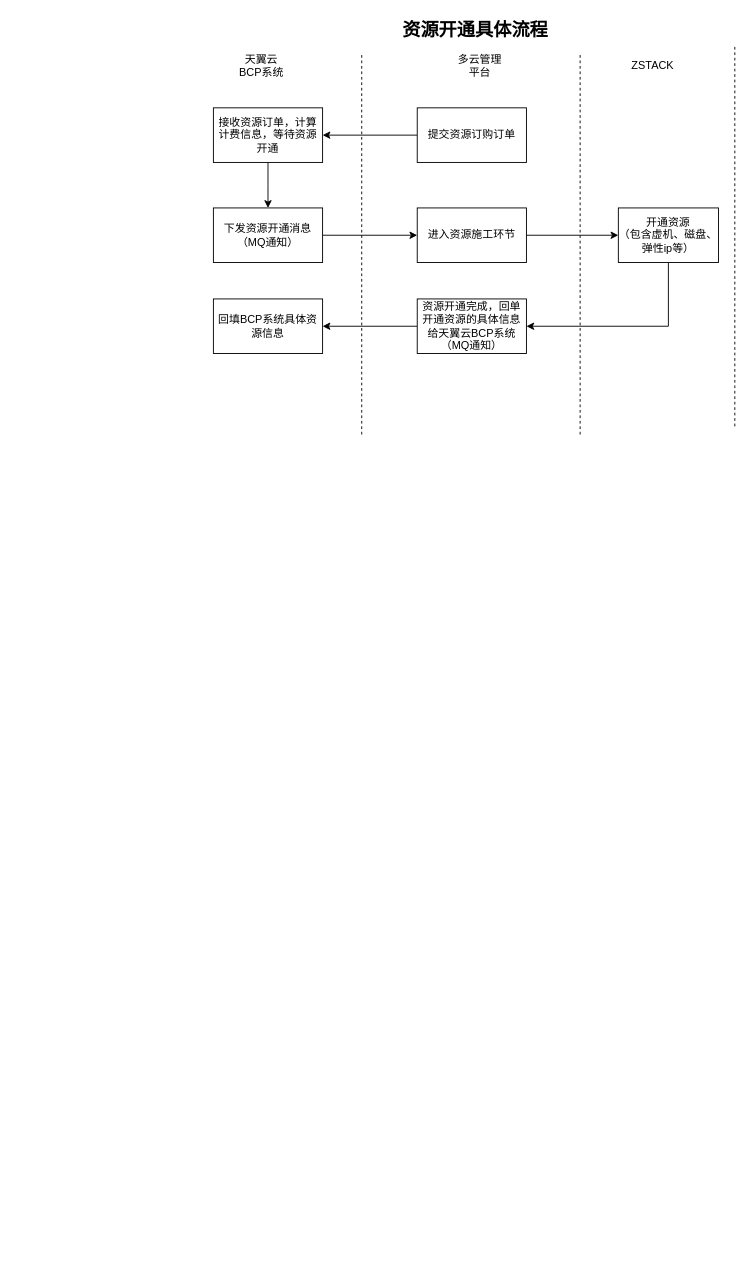
link-yuml/diagrams keeps this draw.io diagram as CTyun.drawio. Above is the earlier version. Source tidied: cells renumbered, new cells numbered last; positions are measured from the earlier drawing's top-left corner, leaving out a move shared by most shapes. Both pictures are drawn from the tidied source at 91%, with x=0, y=0 at pixel (213, 15).
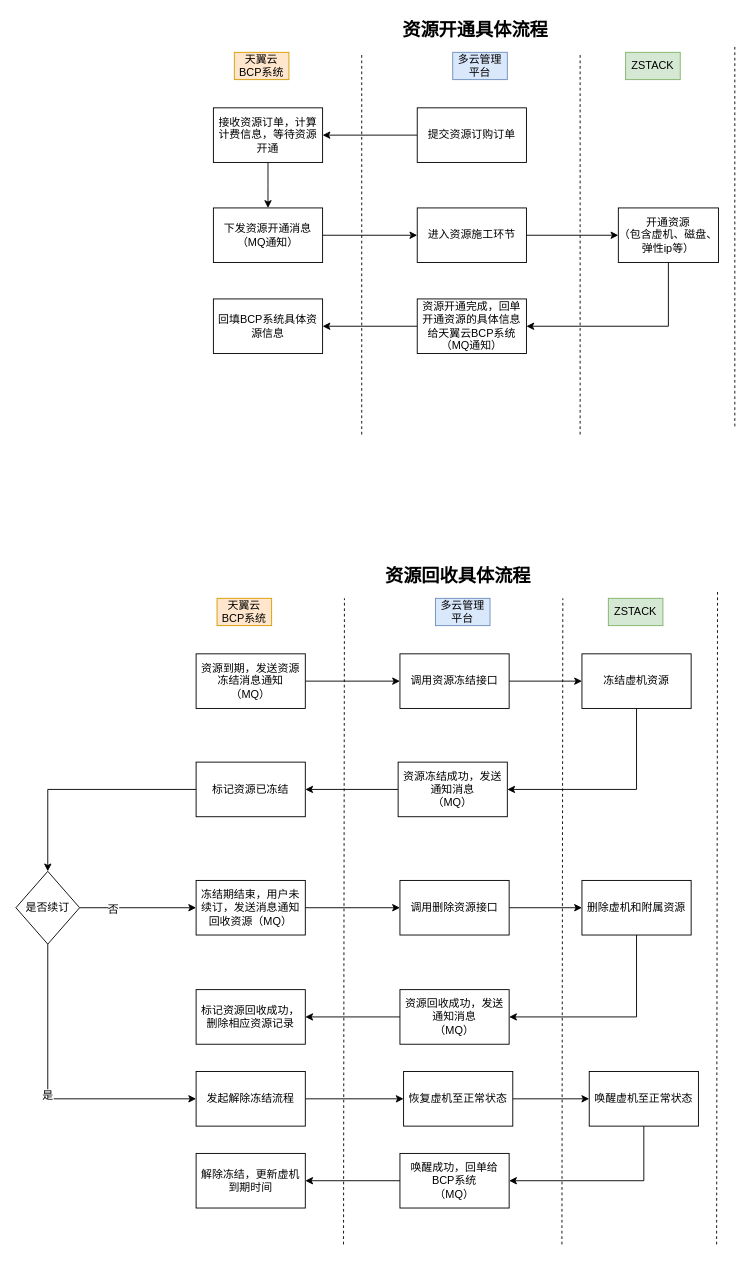
After the change.

Commit message:
提交资源流程

What changed in the source:
```diff
@@
-    <mxCell id="9" value="天翼云BCP系统" style="text;html=1;strokeColor=none;fillColor=none;align=center;verticalAlign=middle;whiteSpace=wrap;rounded=0;" parent="1" vertex="1">
+    <mxCell id="9" value="天翼云BCP系统" style="text;html=1;strokeColor=#d79b00;fillColor=#ffe6cc;align=center;verticalAlign=middle;whiteSpace=wrap;rounded=0;" parent="1" vertex="1">
       <mxGeometry x="23" y="40" width="60" height="30" as="geometry" />
     </mxCell>
-    <mxCell id="10" value="多云管理平台" style="text;html=1;strokeColor=none;fillColor=none;align=center;verticalAlign=middle;whiteSpace=wrap;rounded=0;" parent="1" vertex="1">
+    <mxCell id="10" value="多云管理平台" style="text;html=1;strokeColor=#6c8ebf;fillColor=#dae8fc;align=center;verticalAlign=middle;whiteSpace=wrap;rounded=0;" parent="1" vertex="1">
       <mxGeometry x="263" y="40" width="60" height="30" as="geometry" />
     </mxCell>
-    <mxCell id="11" value="ZSTACK" style="text;html=1;strokeColor=none;fillColor=none;align=center;verticalAlign=middle;whiteSpace=wrap;rounded=0;" parent="1" vertex="1">
+    <mxCell id="11" value="ZSTACK" style="text;html=1;strokeColor=#82b366;fillColor=#d5e8d4;align=center;verticalAlign=middle;whiteSpace=wrap;rounded=0;" parent="1" vertex="1">
       <mxGeometry x="453" y="40" width="60" height="30" as="geometry" />
     </mxCell>
@@
+    <mxCell id="22" style="edgeStyle=orthogonalEdgeStyle;rounded=0;jettySize=auto;html=1;entryX=0;entryY=0.5;entryDx=0;entryDy=0;fontSize=20;" parent="1" edge="1" source="23" target="25">
+      <mxGeometry relative="1" as="geometry" />
+    </mxCell>
+    <mxCell id="23" value="资源到期，发送资源冻结消息通知&lt;br&gt;（MQ）" style="rounded=0;whiteSpace=wrap;html=1;" parent="1" vertex="1">
+      <mxGeometry x="-19" y="701" width="120" height="60" as="geometry" />
+    </mxCell>
+    <mxCell id="24" style="edgeStyle=orthogonalEdgeStyle;rounded=0;jettySize=auto;html=1;fontSize=20;" parent="1" edge="1" source="25" target="34">
+      <mxGeometry relative="1" as="geometry" />
+    </mxCell>
+    <mxCell id="25" value="调用资源冻结接口" style="rounded=0;whiteSpace=wrap;html=1;" parent="1" vertex="1">
+      <mxGeometry x="205" y="701" width="120" height="60" as="geometry" />
+    </mxCell>
+    <mxCell id="26" style="endArrow=none;dashed=1;html=1;rounded=0;" parent="1" edge="1">
+      <mxGeometry relative="1" as="geometry">
+        <mxPoint x="143" y="1350" as="sourcePoint" />
+        <mxPoint x="144" y="640" as="targetPoint" />
+      </mxGeometry>
+    </mxCell>
+    <mxCell id="27" style="endArrow=none;dashed=1;html=1;rounded=0;" parent="1" edge="1">
+      <mxGeometry relative="1" as="geometry">
+        <mxPoint x="383" y="1350" as="sourcePoint" />
+        <mxPoint x="384" y="640" as="targetPoint" />
+      </mxGeometry>
+    </mxCell>
+    <mxCell id="28" style="endArrow=none;dashed=1;html=1;rounded=0;" parent="1" edge="1">
+      <mxGeometry relative="1" as="geometry">
+        <mxPoint x="553" y="1350" as="sourcePoint" />
+        <mxPoint x="554" y="631" as="targetPoint" />
+      </mxGeometry>
+    </mxCell>
+    <mxCell id="29" value="天翼云BCP系统" style="text;html=1;strokeColor=#d79b00;fillColor=#ffe6cc;align=center;verticalAlign=middle;whiteSpace=wrap;rounded=0;" parent="1" vertex="1">
+      <mxGeometry x="4" y="640" width="60" height="30" as="geometry" />
+    </mxCell>
+    <mxCell id="30" value="多云管理平台" style="text;html=1;strokeColor=#6c8ebf;fillColor=#dae8fc;align=center;verticalAlign=middle;whiteSpace=wrap;rounded=0;" parent="1" vertex="1">
+      <mxGeometry x="244" y="640" width="60" height="30" as="geometry" />
+    </mxCell>
+    <mxCell id="31" value="ZSTACK" style="text;html=1;strokeColor=#82b366;fillColor=#d5e8d4;align=center;verticalAlign=middle;whiteSpace=wrap;rounded=0;" parent="1" vertex="1">
+      <mxGeometry x="434" y="640" width="60" height="30" as="geometry" />
+    </mxCell>
+    <mxCell id="32" value="&lt;b&gt;&lt;font style=&quot;font-size: 20px&quot;&gt;资源回收具体流程&lt;/font&gt;&lt;/b&gt;" style="text;html=1;strokeColor=none;fillColor=none;align=center;verticalAlign=middle;whiteSpace=wrap;rounded=0;" parent="1" vertex="1">
+      <mxGeometry x="174" y="600" width="190" height="30" as="geometry" />
+    </mxCell>
+    <mxCell id="33" style="edgeStyle=orthogonalEdgeStyle;rounded=0;jettySize=auto;html=1;exitX=0.5;exitY=1;exitDx=0;exitDy=0;entryX=1;entryY=0.5;entryDx=0;entryDy=0;fontSize=20;" parent="1" edge="1" source="34" target="36">
+      <mxGeometry relative="1" as="geometry" />
+    </mxCell>
+    <mxCell id="34" value="冻结虚机资源" style="whiteSpace=wrap;html=1;rounded=0;" parent="1" vertex="1">
+      <mxGeometry x="405" y="701" width="120" height="60" as="geometry" />
+    </mxCell>
+    <mxCell id="35" style="edgeStyle=orthogonalEdgeStyle;rounded=0;jettySize=auto;html=1;fontSize=12;" parent="1" edge="1" source="36" target="38">
+      <mxGeometry relative="1" as="geometry" />
+    </mxCell>
+    <mxCell id="36" value="资源冻结成功，发送通知消息&lt;br&gt;（MQ）" style="rounded=0;whiteSpace=wrap;html=1;fontSize=12;" parent="1" vertex="1">
+      <mxGeometry x="203" y="820" width="120" height="60" as="geometry" />
+    </mxCell>
+    <mxCell id="37" style="edgeStyle=orthogonalEdgeStyle;rounded=0;jettySize=auto;html=1;entryX=0.5;entryY=0;entryDx=0;entryDy=0;fontSize=12;" parent="1" edge="1" source="38" target="51">
+      <mxGeometry relative="1" as="geometry" />
+    </mxCell>
+    <mxCell id="38" value="标记资源已冻结" style="whiteSpace=wrap;html=1;rounded=0;" parent="1" vertex="1">
+      <mxGeometry x="-19" y="820" width="120" height="60" as="geometry" />
+    </mxCell>
+    <mxCell id="39" style="edgeStyle=orthogonalEdgeStyle;rounded=0;jettySize=auto;html=1;fontSize=12;" parent="1" edge="1" source="40" target="42">
+      <mxGeometry relative="1" as="geometry" />
+    </mxCell>
+    <mxCell id="40" value="冻结期结束，用户未续订，发送消息通知回收资源（MQ）" style="rounded=0;whiteSpace=wrap;html=1;fontSize=12;" parent="1" vertex="1">
+      <mxGeometry x="-19" y="950" width="120" height="60" as="geometry" />
+    </mxCell>
+    <mxCell id="41" style="edgeStyle=orthogonalEdgeStyle;rounded=0;jettySize=auto;html=1;fontSize=12;" parent="1" edge="1" source="42" target="44">
+      <mxGeometry relative="1" as="geometry" />
+    </mxCell>
+    <mxCell id="42" value="调用删除资源接口" style="whiteSpace=wrap;html=1;rounded=0;" parent="1" vertex="1">
+      <mxGeometry x="205" y="950" width="120" height="60" as="geometry" />
+    </mxCell>
+    <mxCell id="43" style="edgeStyle=orthogonalEdgeStyle;rounded=0;jettySize=auto;html=1;exitX=0.5;exitY=1;exitDx=0;exitDy=0;entryX=1;entryY=0.5;entryDx=0;entryDy=0;fontSize=12;" parent="1" edge="1" source="44" target="46">
+      <mxGeometry relative="1" as="geometry" />
+    </mxCell>
+    <mxCell id="44" value="删除虚机和附属资源" style="whiteSpace=wrap;html=1;rounded=0;" parent="1" vertex="1">
+      <mxGeometry x="405" y="950" width="120" height="60" as="geometry" />
+    </mxCell>
+    <mxCell id="45" style="edgeStyle=orthogonalEdgeStyle;rounded=0;jettySize=auto;html=1;fontSize=12;" parent="1" edge="1" source="46" target="47">
+      <mxGeometry relative="1" as="geometry" />
+    </mxCell>
+    <mxCell id="46" value="资源回收成功，发送通知消息&lt;br&gt;（MQ）" style="whiteSpace=wrap;html=1;rounded=0;" parent="1" vertex="1">
+      <mxGeometry x="205" y="1070" width="120" height="60" as="geometry" />
+    </mxCell>
+    <mxCell id="47" value="标记资源回收成功，删除相应资源记录" style="whiteSpace=wrap;html=1;rounded=0;" parent="1" vertex="1">
+      <mxGeometry x="-19" y="1070" width="120" height="60" as="geometry" />
+    </mxCell>
+    <mxCell id="48" style="edgeStyle=orthogonalEdgeStyle;rounded=0;jettySize=auto;html=1;entryX=0;entryY=0.5;entryDx=0;entryDy=0;fontSize=12;" parent="1" edge="1" source="51" target="40">
+      <mxGeometry relative="1" as="geometry" />
+    </mxCell>
+    <mxCell id="49" value="否" style="edgeLabel;html=1;align=center;verticalAlign=middle;fontSize=12;" parent="48" vertex="1">
+      <mxGeometry x="-0.43" y="-1" relative="1" as="geometry" />
+    </mxCell>
+    <mxCell id="50" value="是" style="edgeStyle=orthogonalEdgeStyle;rounded=0;jettySize=auto;html=1;fontSize=12;entryX=0;entryY=0.5;entryDx=0;entryDy=0;" parent="1" edge="1" source="51" target="53">
+      <mxGeometry relative="1" as="geometry">
+        <Array as="points">
+          <mxPoint x="-182" y="1190" />
+        </Array>
+      </mxGeometry>
+    </mxCell>
+    <mxCell id="51" value="是否续订" style="rhombus;whiteSpace=wrap;html=1;fontSize=12;" parent="1" vertex="1">
+      <mxGeometry x="-217" y="940" width="70" height="80" as="geometry" />
+    </mxCell>
+    <mxCell id="52" style="edgeStyle=orthogonalEdgeStyle;rounded=0;jettySize=auto;html=1;entryX=0;entryY=0.5;entryDx=0;entryDy=0;fontSize=12;" parent="1" edge="1" source="53" target="55">
+      <mxGeometry relative="1" as="geometry" />
+    </mxCell>
+    <mxCell id="53" value="发起解除冻结流程" style="rounded=0;whiteSpace=wrap;html=1;fontSize=12;" parent="1" vertex="1">
+      <mxGeometry x="-19" y="1160" width="120" height="60" as="geometry" />
+    </mxCell>
+    <mxCell id="54" style="edgeStyle=orthogonalEdgeStyle;rounded=0;jettySize=auto;html=1;fontSize=12;entryX=0;entryY=0.5;entryDx=0;entryDy=0;" parent="1" edge="1" source="55" target="57">
+      <mxGeometry relative="1" as="geometry" />
+    </mxCell>
+    <mxCell id="55" value="恢复虚机至正常状态" style="rounded=0;whiteSpace=wrap;html=1;fontSize=12;" parent="1" vertex="1">
+      <mxGeometry x="209" y="1160" width="120" height="60" as="geometry" />
+    </mxCell>
+    <mxCell id="56" style="edgeStyle=orthogonalEdgeStyle;rounded=0;jettySize=auto;html=1;exitX=0.5;exitY=1;exitDx=0;exitDy=0;entryX=1;entryY=0.5;entryDx=0;entryDy=0;fontSize=12;" parent="1" edge="1" source="57" target="59">
+      <mxGeometry relative="1" as="geometry" />
+    </mxCell>
+    <mxCell id="57" value="唤醒虚机至正常状态" style="rounded=0;whiteSpace=wrap;html=1;fontSize=12;" parent="1" vertex="1">
+      <mxGeometry x="413" y="1160" width="120" height="60" as="geometry" />
+    </mxCell>
+    <mxCell id="58" style="edgeStyle=orthogonalEdgeStyle;rounded=0;jettySize=auto;html=1;fontSize=12;" parent="1" edge="1" source="59" target="60">
+      <mxGeometry relative="1" as="geometry" />
+    </mxCell>
+    <mxCell id="59" value="唤醒成功，回单给BCP系统&lt;br&gt;（MQ）" style="rounded=0;whiteSpace=wrap;html=1;fontSize=12;" parent="1" vertex="1">
+      <mxGeometry x="205" y="1250" width="120" height="60" as="geometry" />
+    </mxCell>
+    <mxCell id="60" value="解除冻结，更新虚机到期时间" style="whiteSpace=wrap;html=1;rounded=0;" parent="1" vertex="1">
+      <mxGeometry x="-19" y="1250" width="120" height="60" as="geometry" />
+    </mxCell>
```
